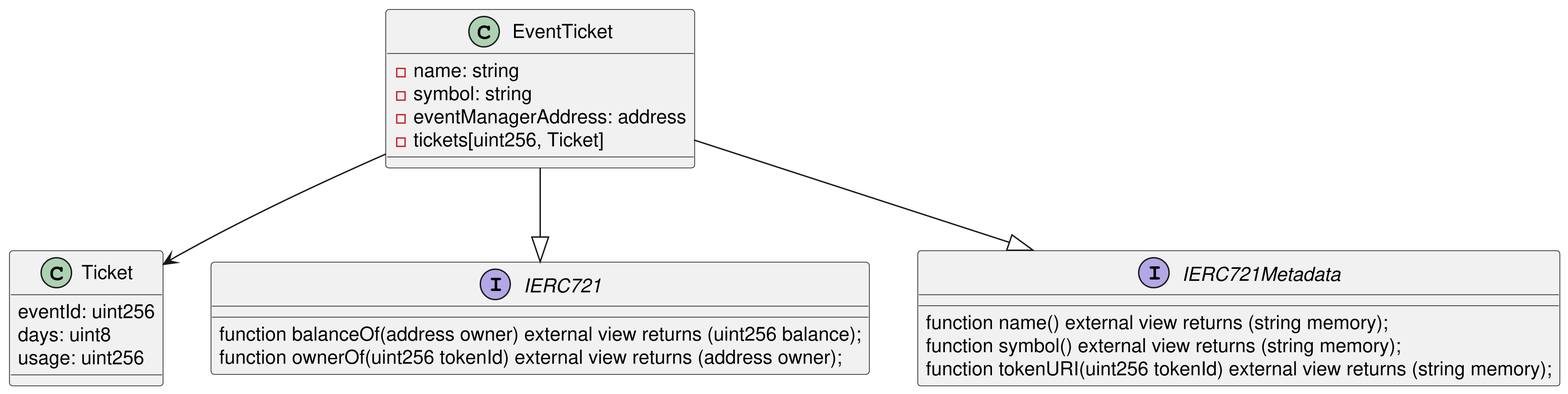
The PlantUML diagram img/event-ticket.png in ai-shift/cyber-valley-tickets, before a commit.
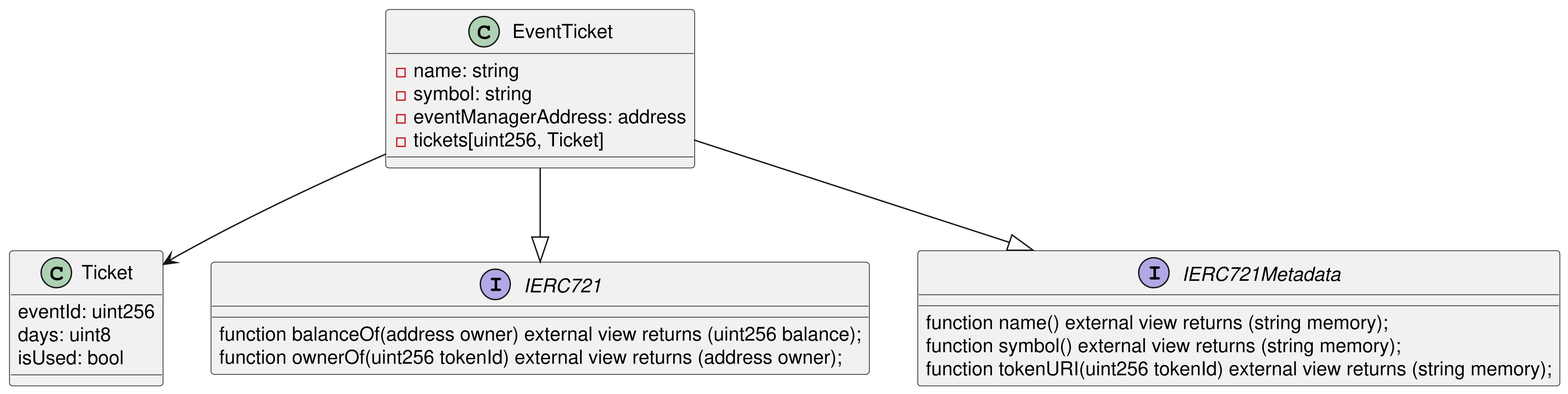
The same diagram one commit later.

What changed in the source:
```diff
@@ -10,7 +10,7 @@
 class Ticket {
   eventId: uint256
   days: uint8
-  usage: uint256
+  isUsed: bool
 }
 
 interface IERC721 {
```
